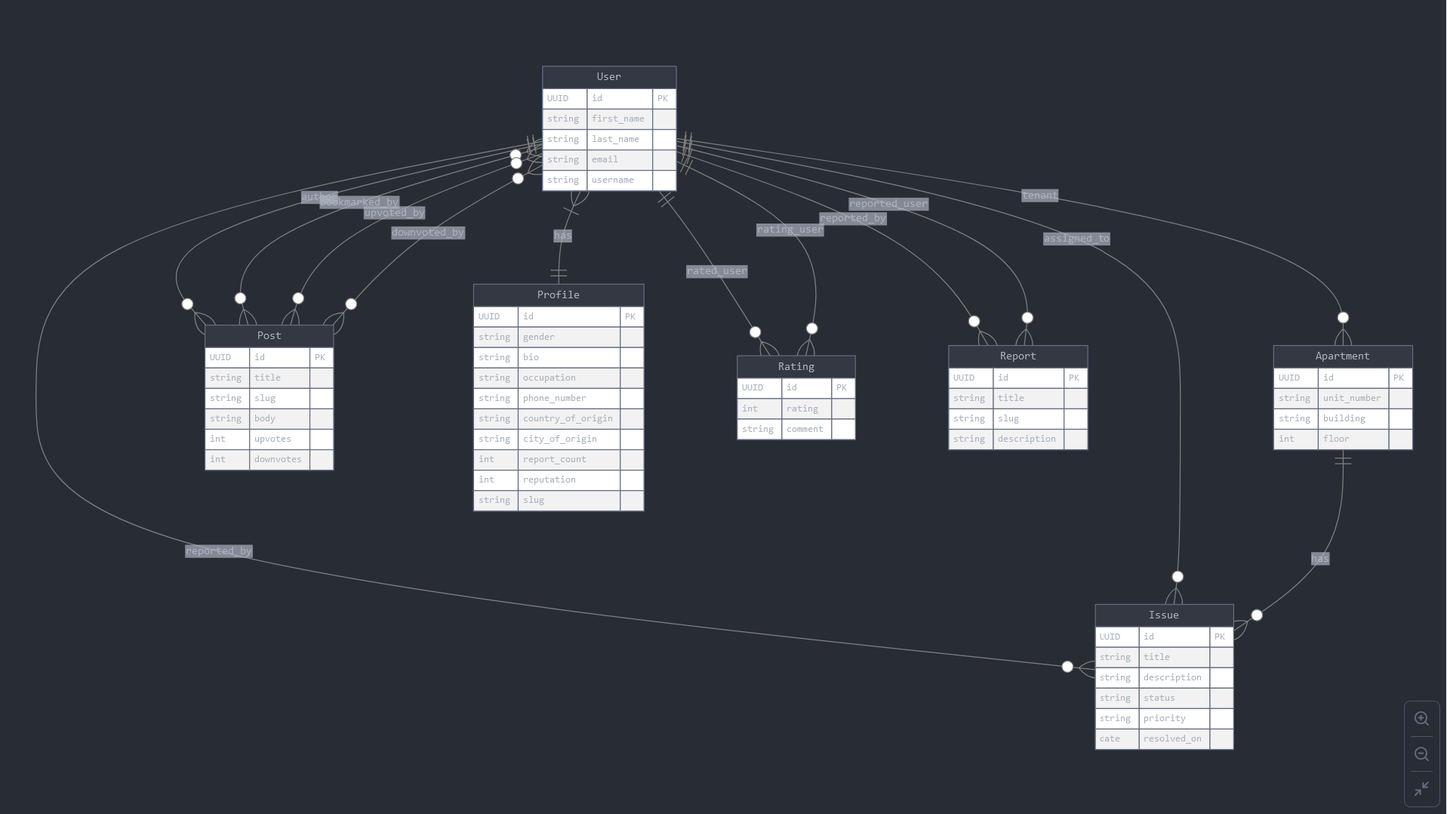
Above: ERD.png in Ekuesky/real_estate_api (Mermaid), before the change. Its source is kept beside it as ERD.mermaid. The source it was exported from:
```mermaid
erDiagram
    User ||--o{ Apartment : "tenant"
    User ||--o{ Issue : "reported_by"
    User ||--o{ Issue : "assigned_to"
    User ||--o{ Post : "author"
    User }|--|| Profile : "has"
    User ||--o{ Rating : "rated_user"
    User ||--o{ Rating : "rating_user"
    User ||--o{ Report : "reported_by"
    User ||--o{ Report : "reported_user"
    Apartment ||--o{ Issue : "has"
    Post }o--o{ User : "bookmarked_by"
    Post }o--o{ User : "upvoted_by"
    Post }o--o{ User : "downvoted_by"

    User {
        UUID id PK
        string first_name
        string last_name
        string email
        string username
    }

    Apartment {
        UUID id PK
        string unit_number
        string building
        int floor
    }

    Issue {
        UUID id PK
        string title
        string description
        string status
        string priority
        date resolved_on
    }

    Post {
        UUID id PK
        string title
        string slug
        string body
        int upvotes
        int downvotes
    }

    Profile {
        UUID id PK
        string gender
        string bio
        string occupation
        string phone_number
        string country_of_origin
        string city_of_origin
        int report_count
        int reputation
        string slug
    }

    Rating {
        UUID id PK
        int rating
        string comment
    }

    Report {
        UUID id PK
        string title
        string slug
        string description
    }
```
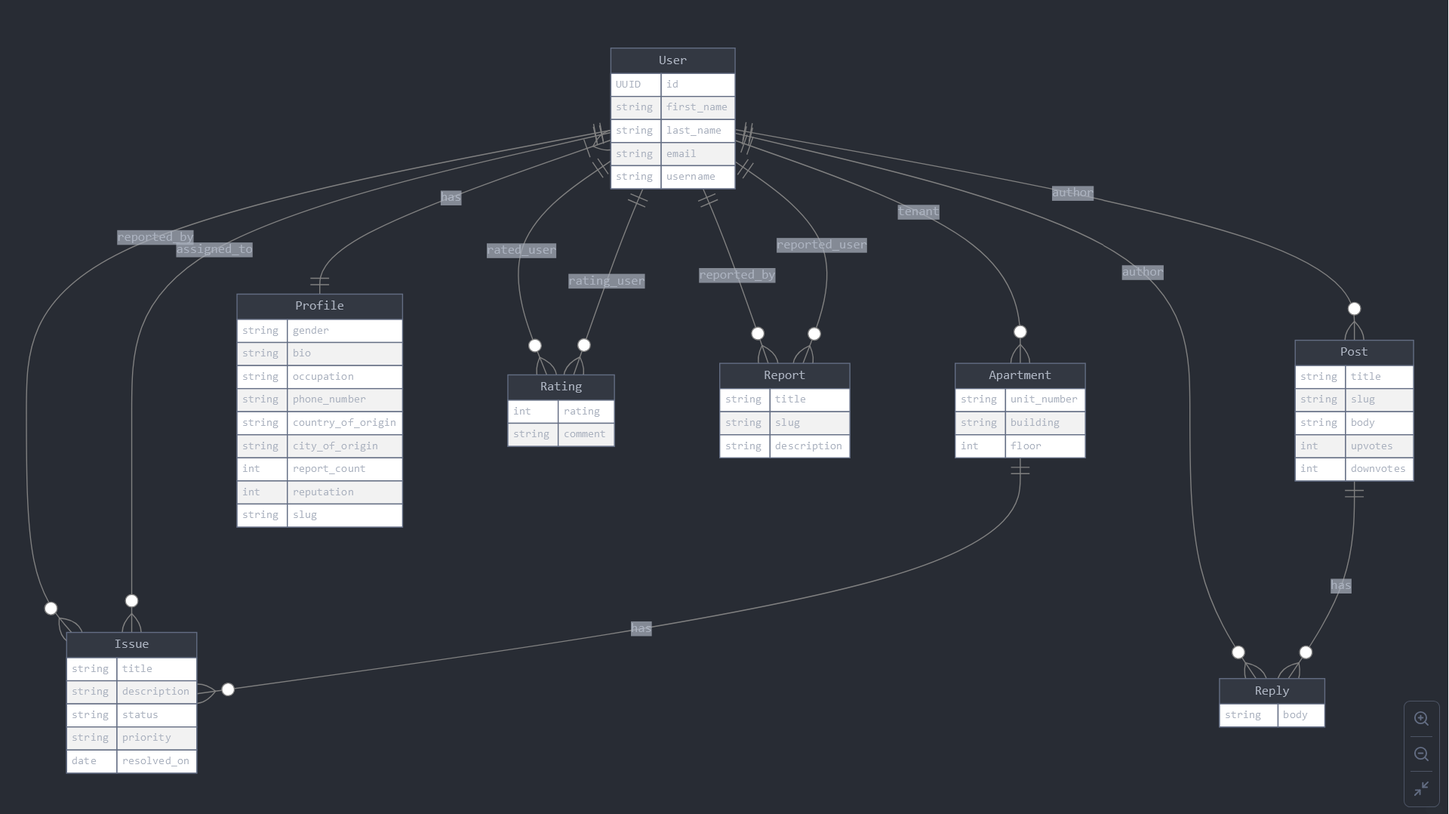
After the commit.

Change to the diagram source:
```diff
@@ -8,13 +8,12 @@
     User ||--o{ Rating : "rating_user"
     User ||--o{ Report : "reported_by"
     User ||--o{ Report : "reported_user"
+    User ||--o{ Reply : "author"
     Apartment ||--o{ Issue : "has"
-    Post }o--o{ User : "bookmarked_by"
-    Post }o--o{ User : "upvoted_by"
-    Post }o--o{ User : "downvoted_by"
+    Post ||--o{ Reply : "has"
 
     User {
-        UUID id PK
+        UUID id
         string first_name
         string last_name
         string email
@@ -22,14 +21,12 @@
     }
 
     Apartment {
-        UUID id PK
         string unit_number
         string building
         int floor
     }
 
     Issue {
-        UUID id PK
         string title
         string description
         string status
@@ -38,7 +35,6 @@
     }
 
     Post {
-        UUID id PK
         string title
         string slug
         string body
@@ -47,7 +43,6 @@
     }
 
     Profile {
-        UUID id PK
         string gender
         string bio
         string occupation
@@ -60,14 +55,16 @@
     }
 
     Rating {
-        UUID id PK
         int rating
         string comment
     }
 
     Report {
-        UUID id PK
         string title
         string slug
         string description
     }
+
+    Reply {
+        string body
+    }
```
